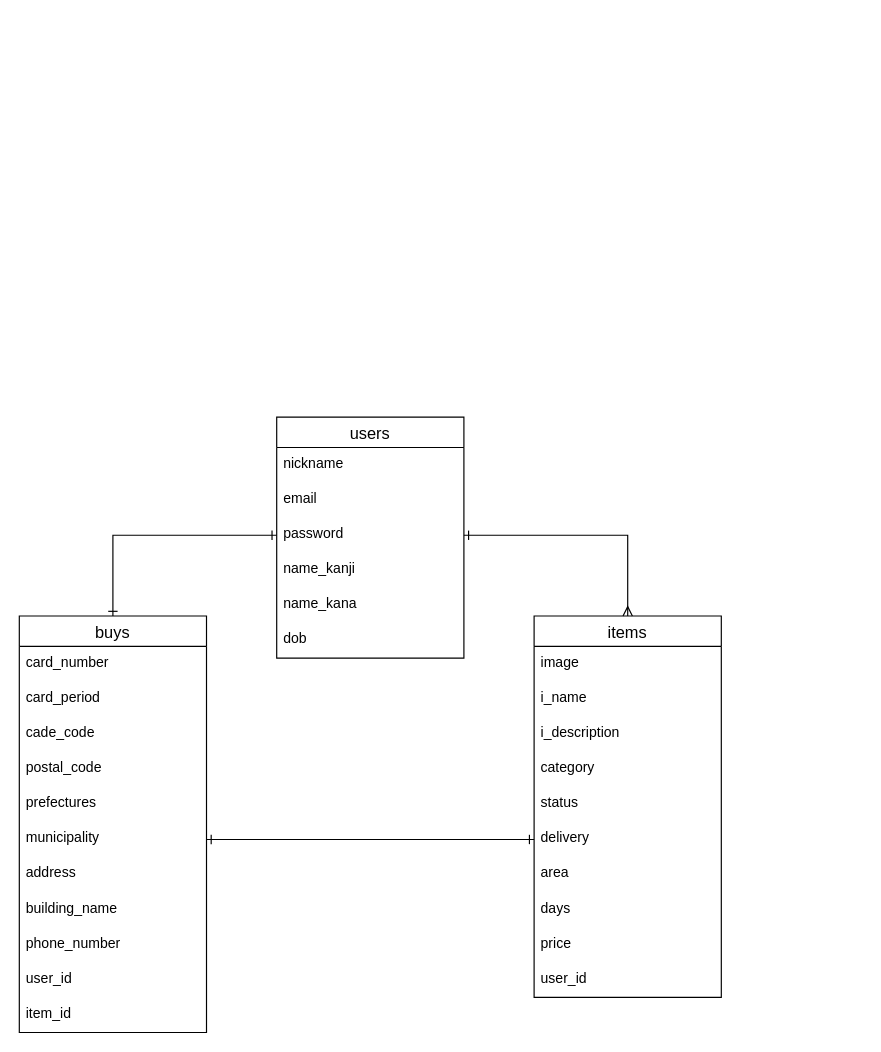
Above: furima_er.dio in nina2728/furima-34709 (draw.io), before the change. Source tidied: cells renumbered, new cells numbered last; positions are measured from the earlier drawing's top-left corner, leaving out a move shared by most shapes. Both pictures are drawn from the tidied source at 117%, with x=0, y=0 at pixel (19, 417).
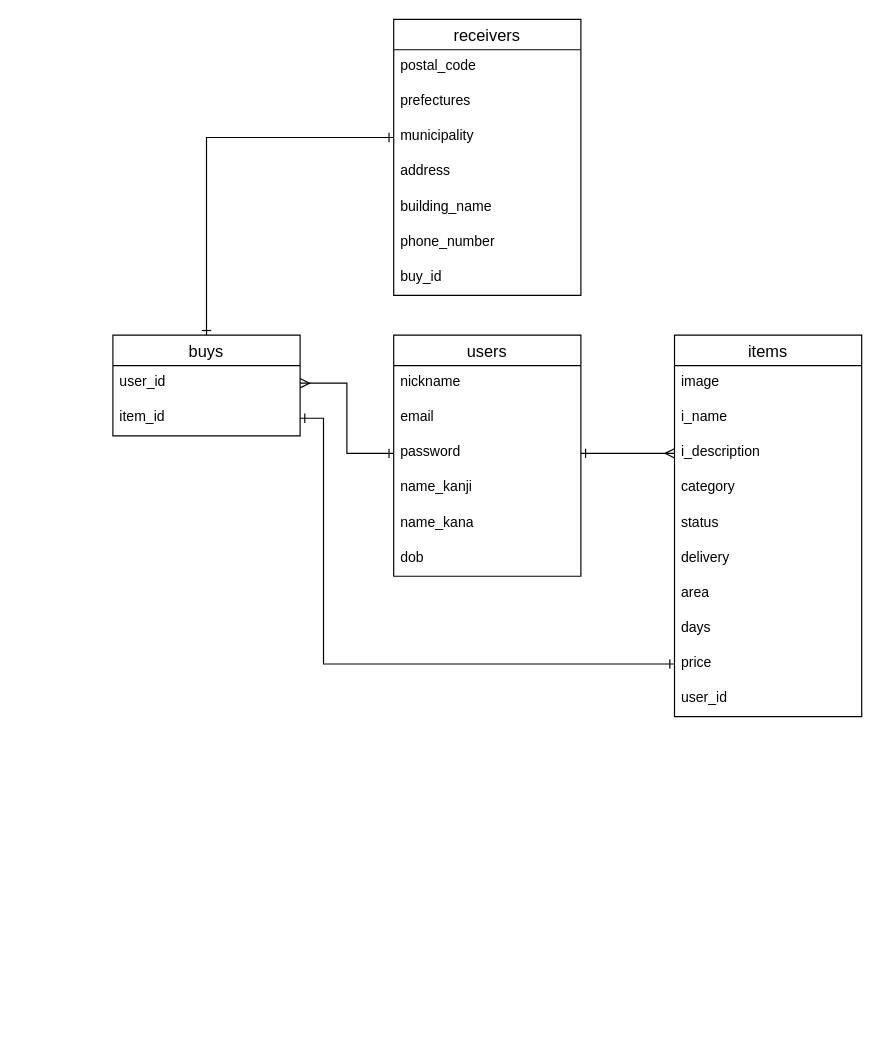
Above is the later version.

Commit message (it also covers changes not shown here):
ER図修正と途中のREADME

Unchanged cells that the change refers to:
```xml
<mxCell id="5" value="password" style="text;strokeColor=none;fillColor=none;spacingLeft=4;spacingRight=4;overflow=hidden;points=[[0,0.5],[1,0.5]];portConstraint=eastwest;fontSize=12;" parent="2" vertex="1">
  <mxGeometry y="86" width="160" height="30" as="geometry" />
</mxCell>
<mxCell id="12" value="i_description" style="text;strokeColor=none;fillColor=none;spacingLeft=4;spacingRight=4;overflow=hidden;points=[[0,0.5],[1,0.5]];portConstraint=eastwest;fontSize=12;" parent="9" vertex="1">
  <mxGeometry y="86" width="160" height="30" as="geometry" />
</mxCell>
<mxCell id="15" value="delivery" style="text;strokeColor=none;fillColor=none;spacingLeft=4;spacingRight=4;overflow=hidden;points=[[0,0.5],[1,0.5]];portConstraint=eastwest;fontSize=12;" parent="9" vertex="1">
  <mxGeometry y="176" width="160" height="30" as="geometry" />
</mxCell>
<mxCell id="18" value="price" style="text;strokeColor=none;fillColor=none;spacingLeft=4;spacingRight=4;overflow=hidden;points=[[0,0.5],[1,0.5]];portConstraint=eastwest;fontSize=12;" parent="9" vertex="1">
  <mxGeometry y="266" width="160" height="30" as="geometry" />
</mxCell>
```

Change to the diagram source:
```diff
@@
     <mxCell id="2" value="users" style="swimlane;fontStyle=0;horizontal=1;startSize=26;align=center;fontSize=14;" parent="1" vertex="1">
-      <mxGeometry x="220" width="160" height="206" as="geometry" />
+      <mxGeometry x="320" y="-70" width="160" height="206" as="geometry" />
     </mxCell>
@@
     <mxCell id="9" value="items" style="swimlane;fontStyle=0;horizontal=1;startSize=26;align=center;fontSize=14;" parent="1" vertex="1">
-      <mxGeometry x="440" y="170" width="160" height="326" as="geometry" />
+      <mxGeometry x="560" y="-70" width="160" height="326" as="geometry" />
     </mxCell>
@@
-    <mxCell id="20" style="edgeStyle=orthogonalEdgeStyle;rounded=0;jettySize=auto;html=1;exitX=0.5;exitY=0;exitDx=0;exitDy=0;entryX=0;entryY=0.5;entryDx=0;entryDy=0;endArrow=ERone;endFill=0;startArrow=ERone;startFill=0;" parent="1" edge="1" source="21" target="5">
-      <mxGeometry relative="1" as="geometry" />
-    </mxCell>
+    <mxCell id="35" style="edgeStyle=orthogonalEdgeStyle;rounded=0;jettySize=auto;html=1;exitX=0.5;exitY=0;exitDx=0;exitDy=0;entryX=0;entryY=0.5;entryDx=0;entryDy=0;startArrow=ERone;startFill=0;endArrow=ERone;endFill=0;" parent="1" edge="1" source="21" target="27">
+      <mxGeometry relative="1" as="geometry" />
+    </mxCell>
     <mxCell id="21" value="buys" style="swimlane;fontStyle=0;horizontal=1;startSize=26;align=center;fontSize=14;" parent="1" vertex="1">
-      <mxGeometry y="170" width="160" height="356" as="geometry" />
+      <mxGeometry x="80" y="-70" width="160" height="86" as="geometry" />
     </mxCell>
-    <mxCell id="22" value="card_number" style="text;strokeColor=none;fillColor=none;spacingLeft=4;spacingRight=4;overflow=hidden;fontSize=12;" parent="21" vertex="1">
-      <mxGeometry y="26" width="160" height="30" as="geometry" />
-    </mxCell>
-    <mxCell id="23" value="card_period" style="text;strokeColor=none;fillColor=none;spacingLeft=4;spacingRight=4;overflow=hidden;fontSize=12;" parent="21" vertex="1">
-      <mxGeometry y="56" width="160" height="30" as="geometry" />
-    </mxCell>
-    <mxCell id="24" value="cade_code" style="text;strokeColor=none;fillColor=none;spacingLeft=4;spacingRight=4;overflow=hidden;fontSize=12;" parent="21" vertex="1">
-      <mxGeometry y="86" width="160" height="30" as="geometry" />
-    </mxCell>
+    <mxCell id="31" value="user_id" style="text;strokeColor=none;fillColor=none;spacingLeft=4;spacingRight=4;overflow=hidden;points=[[0,0.5],[1,0.5]];portConstraint=eastwest;fontSize=12;" parent="21" vertex="1">
+      <mxGeometry y="26" width="160" height="30" as="geometry" />
+    </mxCell>
+    <mxCell id="32" value="item_id" style="text;strokeColor=none;fillColor=none;spacingLeft=4;spacingRight=4;overflow=hidden;points=[[0,0.5],[1,0.5]];portConstraint=eastwest;fontSize=12;" parent="21" vertex="1">
+      <mxGeometry y="56" width="160" height="30" as="geometry" />
+    </mxCell>
+    <mxCell id="33" style="edgeStyle=orthogonalEdgeStyle;rounded=0;jettySize=auto;html=1;exitX=1;exitY=0.5;exitDx=0;exitDy=0;endArrow=ERmany;endFill=0;startArrow=ERone;startFill=0;entryX=0;entryY=0.5;entryDx=0;entryDy=0;" parent="1" edge="1" source="5" target="12">
+      <mxGeometry relative="1" as="geometry" />
+    </mxCell>
+    <mxCell id="36" value="receivers" style="swimlane;fontStyle=0;horizontal=1;startSize=26;align=center;fontSize=14;" parent="1" vertex="1">
+      <mxGeometry x="320" y="-340" width="160" height="236" as="geometry" />
+    </mxCell>
-    <mxCell id="25" value="postal_code" style="text;strokeColor=none;fillColor=none;spacingLeft=4;spacingRight=4;overflow=hidden;fontSize=12;" parent="21" vertex="1">
-      <mxGeometry y="116" width="160" height="30" as="geometry" />
+    <mxCell id="25" value="postal_code" style="text;strokeColor=none;fillColor=none;spacingLeft=4;spacingRight=4;overflow=hidden;fontSize=12;" parent="36" vertex="1">
+      <mxGeometry y="26" width="160" height="30" as="geometry" />
     </mxCell>
-    <mxCell id="26" value="prefectures" style="text;strokeColor=none;fillColor=none;spacingLeft=4;spacingRight=4;overflow=hidden;fontSize=12;" parent="21" vertex="1">
-      <mxGeometry y="146" width="160" height="30" as="geometry" />
+    <mxCell id="26" value="prefectures" style="text;strokeColor=none;fillColor=none;spacingLeft=4;spacingRight=4;overflow=hidden;fontSize=12;" parent="36" vertex="1">
+      <mxGeometry y="56" width="160" height="30" as="geometry" />
     </mxCell>
-    <mxCell id="27" value="municipality" style="text;strokeColor=none;fillColor=none;spacingLeft=4;spacingRight=4;overflow=hidden;points=[[0,0.5],[1,0.5]];portConstraint=eastwest;fontSize=12;" parent="21" vertex="1">
-      <mxGeometry y="176" width="160" height="30" as="geometry" />
+    <mxCell id="27" value="municipality" style="text;strokeColor=none;fillColor=none;spacingLeft=4;spacingRight=4;overflow=hidden;points=[[0,0.5],[1,0.5]];portConstraint=eastwest;fontSize=12;" parent="36" vertex="1">
+      <mxGeometry y="86" width="160" height="30" as="geometry" />
     </mxCell>
-    <mxCell id="28" value="address" style="text;strokeColor=none;fillColor=none;spacingLeft=4;spacingRight=4;overflow=hidden;fontSize=12;" parent="21" vertex="1">
-      <mxGeometry y="206" width="160" height="30" as="geometry" />
+    <mxCell id="28" value="address" style="text;strokeColor=none;fillColor=none;spacingLeft=4;spacingRight=4;overflow=hidden;fontSize=12;" parent="36" vertex="1">
+      <mxGeometry y="116" width="160" height="30" as="geometry" />
     </mxCell>
-    <mxCell id="29" value="building_name" style="text;strokeColor=none;fillColor=none;spacingLeft=4;spacingRight=4;overflow=hidden;fontSize=12;" parent="21" vertex="1">
-      <mxGeometry y="236" width="160" height="30" as="geometry" />
+    <mxCell id="29" value="building_name" style="text;strokeColor=none;fillColor=none;spacingLeft=4;spacingRight=4;overflow=hidden;fontSize=12;" parent="36" vertex="1">
+      <mxGeometry y="146" width="160" height="30" as="geometry" />
     </mxCell>
-    <mxCell id="30" value="phone_number" style="text;strokeColor=none;fillColor=none;spacingLeft=4;spacingRight=4;overflow=hidden;fontSize=12;" parent="21" vertex="1">
-      <mxGeometry y="266" width="160" height="30" as="geometry" />
+    <mxCell id="30" value="phone_number" style="text;strokeColor=none;fillColor=none;spacingLeft=4;spacingRight=4;overflow=hidden;fontSize=12;" parent="36" vertex="1">
+      <mxGeometry y="176" width="160" height="30" as="geometry" />
     </mxCell>
-    <mxCell id="31" value="user_id" style="text;strokeColor=none;fillColor=none;spacingLeft=4;spacingRight=4;overflow=hidden;points=[[0,0.5],[1,0.5]];portConstraint=eastwest;fontSize=12;" parent="21" vertex="1">
-      <mxGeometry y="296" width="160" height="30" as="geometry" />
-    </mxCell>
-    <mxCell id="32" value="item_id" style="text;strokeColor=none;fillColor=none;spacingLeft=4;spacingRight=4;overflow=hidden;points=[[0,0.5],[1,0.5]];portConstraint=eastwest;fontSize=12;" parent="21" vertex="1">
-      <mxGeometry y="326" width="160" height="30" as="geometry" />
-    </mxCell>
-    <mxCell id="33" style="edgeStyle=orthogonalEdgeStyle;rounded=0;jettySize=auto;html=1;exitX=1;exitY=0.5;exitDx=0;exitDy=0;endArrow=ERmany;endFill=0;startArrow=ERone;startFill=0;entryX=0.5;entryY=0;entryDx=0;entryDy=0;" parent="1" edge="1" source="5" target="9">
-      <mxGeometry relative="1" as="geometry" />
-    </mxCell>
-    <mxCell id="34" style="edgeStyle=orthogonalEdgeStyle;rounded=0;jettySize=auto;html=1;exitX=1;exitY=0.5;exitDx=0;exitDy=0;endArrow=ERone;endFill=0;startArrow=ERone;startFill=0;entryX=0;entryY=0.5;entryDx=0;entryDy=0;" parent="1" edge="1" source="27" target="15">
-      <mxGeometry relative="1" as="geometry" />
-    </mxCell>
+    <mxCell id="37" value="buy_id" style="text;strokeColor=none;fillColor=none;spacingLeft=4;spacingRight=4;overflow=hidden;fontSize=12;" parent="36" vertex="1">
+      <mxGeometry y="206" width="160" height="30" as="geometry" />
+    </mxCell>
+    <mxCell id="38" style="edgeStyle=orthogonalEdgeStyle;rounded=0;jettySize=auto;html=1;exitX=1;exitY=0.5;exitDx=0;exitDy=0;entryX=0;entryY=0.5;entryDx=0;entryDy=0;startArrow=ERmany;startFill=0;endArrow=ERone;endFill=0;" parent="1" edge="1" source="31" target="5">
+      <mxGeometry relative="1" as="geometry" />
+    </mxCell>
+    <mxCell id="39" style="edgeStyle=orthogonalEdgeStyle;rounded=0;jettySize=auto;html=1;exitX=0;exitY=0.5;exitDx=0;exitDy=0;entryX=1;entryY=0.5;entryDx=0;entryDy=0;startArrow=ERone;startFill=0;endArrow=ERone;endFill=0;" parent="1" edge="1" source="18" target="32">
+      <mxGeometry relative="1" as="geometry">
+        <Array as="points">
+          <mxPoint x="260" y="211" />
+          <mxPoint x="260" y="1" />
+        </Array>
+      </mxGeometry>
+    </mxCell>
```
